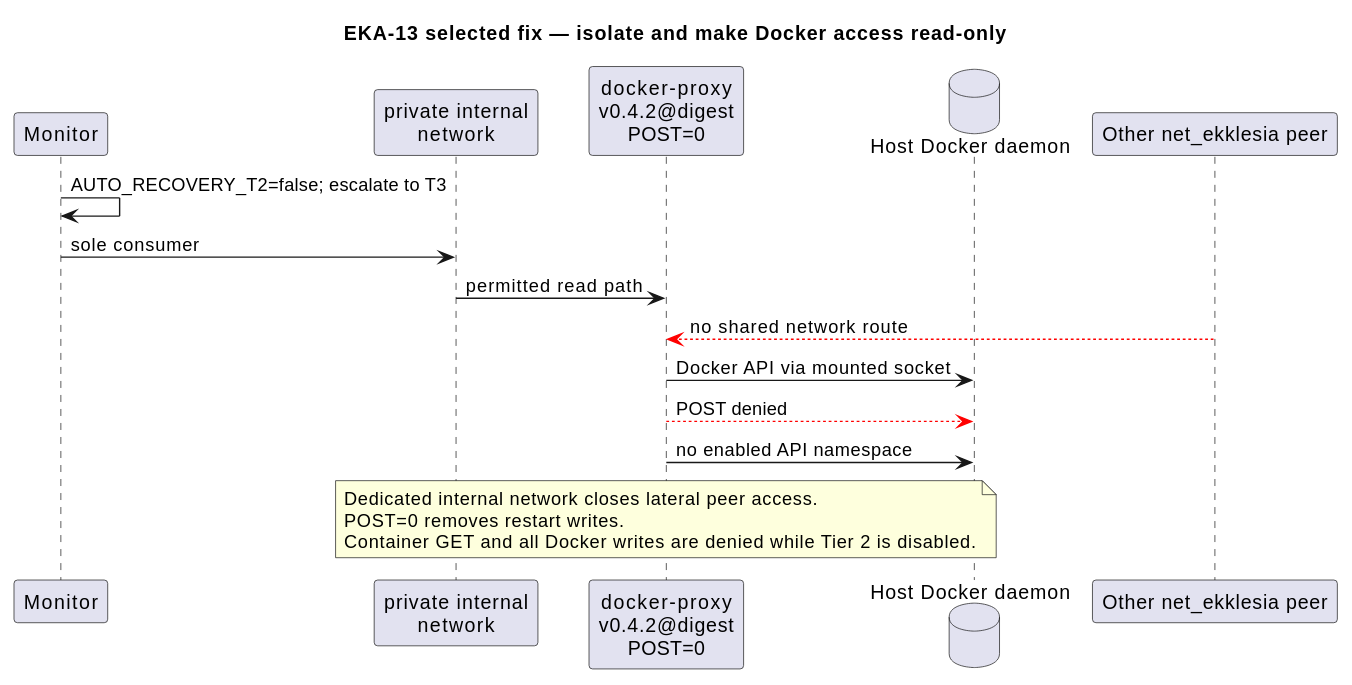
This is docs/architecture/main-path_001.svg from NeaBouli/pnyx, a PlantUML export, as it was before one commit.
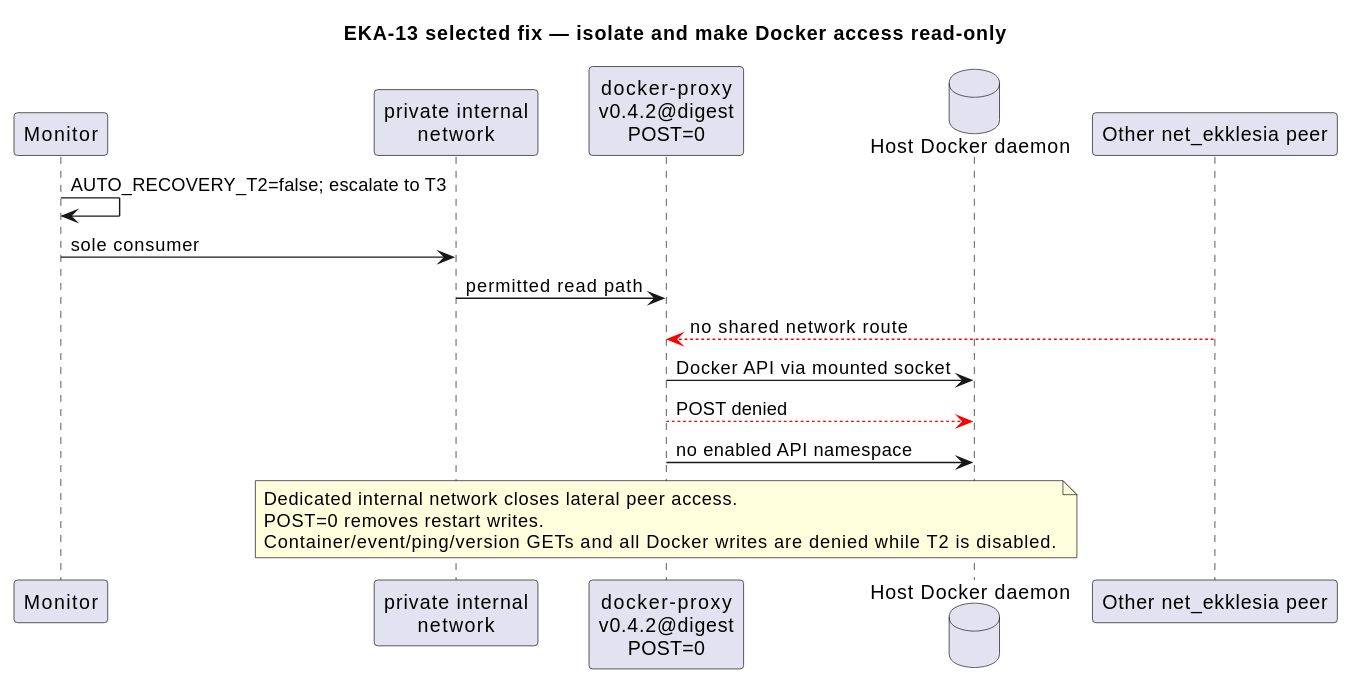
After the commit.

Diff of the diagram source:
```diff
@@ -18,6 +18,6 @@
 note over Proxy
 Dedicated internal network closes lateral peer access.
 POST=0 removes restart writes.
-Container GET and all Docker writes are denied while Tier 2 is disabled.
+Container/event/ping/version GETs and all Docker writes are denied while T2 is disabled.
 end note
 @enduml
```
